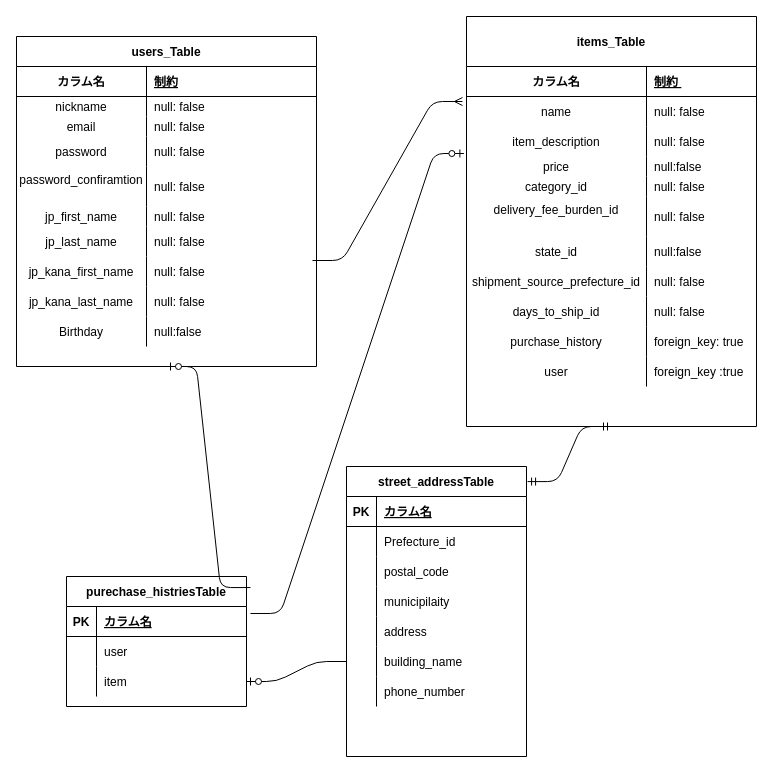
Before: furimaDB.dio in mizukiokumura/furima-33989, a draw.io diagram. Source tidied: cells renumbered, new cells numbered last; positions are measured from the earlier drawing's top-left corner, leaving out a move shared by most shapes. Both pictures are drawn from the tidied source at 100%, with x=0, y=0 at pixel (16, 16).
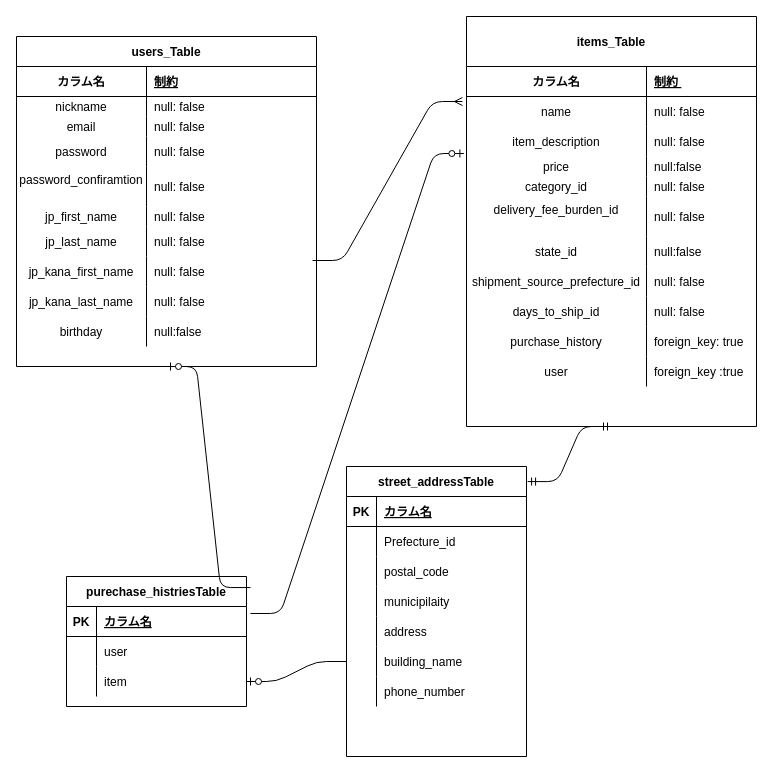
The same page after the edit.

Unchanged cells that the change refers to:
```xml
<mxCell id="30" style="shape=partialRectangle;fillColor=none;top=0;left=0;bottom=0;right=0;" parent="2" vertex="1">
  <mxGeometry y="280" width="300" height="30" as="geometry" />
</mxCell>
```

Diff of the diagram source:
```diff
@@
-    <mxCell id="31" value="Birthday" style="shape=partialRectangle;fillColor=none;top=0;left=0;bottom=0;right=0;overflow=hidden;" parent="30" vertex="1">
+    <mxCell id="31" value="birthday" style="shape=partialRectangle;fillColor=none;top=0;left=0;bottom=0;right=0;overflow=hidden;" parent="30" vertex="1">
       <mxGeometry width="130" height="30" as="geometry" />
     </mxCell>
```
